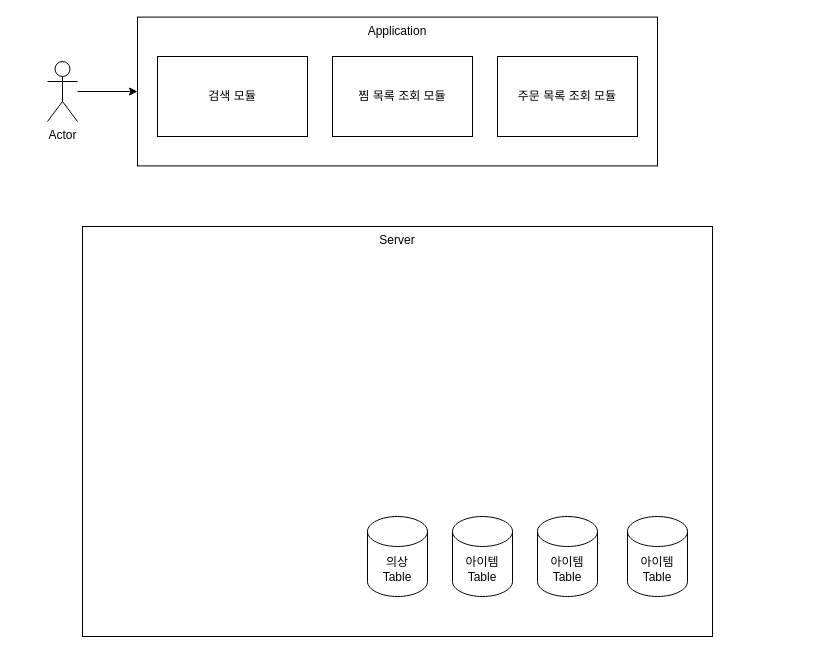
The draw.io diagram Untitled Diagram.drawio in KwakBro/shirts_finder, before the edit. Source tidied: cells renumbered, new cells numbered last; positions are measured from the earlier drawing's top-left corner, leaving out a move shared by most shapes. Both pictures are drawn from the tidied source at 100%, with x=0, y=0 at pixel (47, 17).
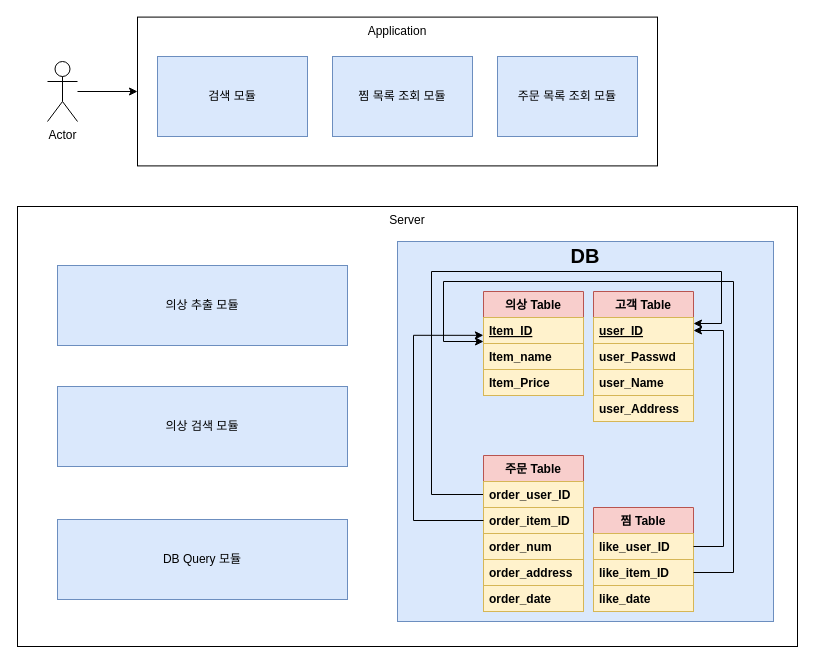
After the change.

Commit message:
Block Diagram

Diff of the diagram source:
```diff
@@
+    <mxCell id="6" value="Server" style="whiteSpace=wrap;html=1;verticalAlign=top;" parent="1" vertex="1">
+      <mxGeometry x="-30" y="189" width="780" height="440" as="geometry" />
+    </mxCell>
+    <mxCell id="13" style="rounded=0;whiteSpace=wrap;html=1;shadow=0;labelBackgroundColor=none;fillColor=#dae8fc;strokeColor=#6c8ebf;" parent="1" vertex="1">
+      <mxGeometry x="350" y="224" width="376" height="380" as="geometry" />
+    </mxCell>
@@
-    <mxCell id="5" value="검색 모듈" style="rounded=0;whiteSpace=wrap;html=1;" parent="1" vertex="1">
+    <mxCell id="5" value="검색 모듈" style="rounded=0;whiteSpace=wrap;html=1;fillColor=#dae8fc;strokeColor=#6c8ebf;" parent="1" vertex="1">
       <mxGeometry x="110" y="39" width="150" height="80" as="geometry" />
     </mxCell>
-    <mxCell id="6" value="Server" style="whiteSpace=wrap;html=1;verticalAlign=top;" parent="1" vertex="1">
-      <mxGeometry x="35" y="209" width="630" height="410" as="geometry" />
-    </mxCell>
-    <mxCell id="7" value="찜 목록 조회 모듈" style="rounded=0;whiteSpace=wrap;html=1;" parent="1" vertex="1">
+    <mxCell id="7" value="찜 목록 조회 모듈" style="rounded=0;whiteSpace=wrap;html=1;fillColor=#dae8fc;strokeColor=#6c8ebf;" parent="1" vertex="1">
       <mxGeometry x="285" y="39" width="140" height="80" as="geometry" />
     </mxCell>
-    <mxCell id="8" value="주문 목록 조회 모듈" style="rounded=0;whiteSpace=wrap;html=1;" parent="1" vertex="1">
+    <mxCell id="8" value="주문 목록 조회 모듈" style="rounded=0;whiteSpace=wrap;html=1;fillColor=#dae8fc;strokeColor=#6c8ebf;" parent="1" vertex="1">
       <mxGeometry x="450" y="39" width="140" height="80" as="geometry" />
     </mxCell>
+    <mxCell id="14" value="고객 Table" style="swimlane;fontStyle=1;horizontal=1;startSize=26;fillColor=#f8cecc;strokeColor=#b85450;" parent="1" vertex="1">
+      <mxGeometry x="546" y="274" width="100" height="130" as="geometry" />
+    </mxCell>
+    <mxCell id="15" value="user_ID" style="text;strokeColor=#d6b656;fillColor=#fff2cc;align=left;verticalAlign=top;spacingLeft=4;spacingRight=4;overflow=hidden;points=[[0,0.5],[1,0.5]];portConstraint=eastwest;shadow=0;labelBackgroundColor=none;fontStyle=5;" parent="14" vertex="1">
+      <mxGeometry y="26" width="100" height="26" as="geometry" />
+    </mxCell>
+    <mxCell id="16" value="user_Passwd" style="text;strokeColor=#d6b656;fillColor=#fff2cc;align=left;verticalAlign=top;spacingLeft=4;spacingRight=4;overflow=hidden;fontStyle=1;" parent="14" vertex="1">
+      <mxGeometry y="52" width="100" height="26" as="geometry" />
+    </mxCell>
+    <mxCell id="17" value="user_Name" style="text;strokeColor=#d6b656;fillColor=#fff2cc;align=left;verticalAlign=top;spacingLeft=4;spacingRight=4;overflow=hidden;fontStyle=1;" parent="14" vertex="1">
+      <mxGeometry y="78" width="100" height="26" as="geometry" />
+    </mxCell>
+    <mxCell id="18" value="user_Address" style="text;strokeColor=#d6b656;fillColor=#fff2cc;align=left;verticalAlign=top;spacingLeft=4;spacingRight=4;overflow=hidden;fontStyle=1;" parent="14" vertex="1">
+      <mxGeometry y="104" width="100" height="26" as="geometry" />
+    </mxCell>
+    <mxCell id="19" style="edgeStyle=orthogonalEdgeStyle;rounded=0;jettySize=auto;html=1;" parent="1" edge="1" source="21">
+      <mxGeometry relative="1" as="geometry">
+        <mxPoint x="646" y="306" as="targetPoint" />
+        <Array as="points">
+          <mxPoint x="384" y="477" />
+          <mxPoint x="384" y="254" />
+          <mxPoint x="674" y="254" />
+          <mxPoint x="674" y="306" />
+        </Array>
+      </mxGeometry>
+    </mxCell>
+    <mxCell id="20" value="주문 Table" style="swimlane;fontStyle=1;horizontal=1;startSize=26;fillColor=#f8cecc;strokeColor=#b85450;" parent="1" vertex="1">
+      <mxGeometry x="436" y="438" width="100" height="156" as="geometry" />
+    </mxCell>
+    <mxCell id="21" value="order_user_ID" style="text;strokeColor=#d6b656;fillColor=#fff2cc;align=left;verticalAlign=top;spacingLeft=4;spacingRight=4;overflow=hidden;points=[[0,0.5],[1,0.5]];portConstraint=eastwest;fontStyle=1;" parent="20" vertex="1">
+      <mxGeometry y="26" width="100" height="26" as="geometry" />
+    </mxCell>
+    <mxCell id="22" value="order_item_ID" style="text;strokeColor=#d6b656;fillColor=#fff2cc;align=left;verticalAlign=top;spacingLeft=4;spacingRight=4;overflow=hidden;points=[[0,0.5],[1,0.5]];portConstraint=eastwest;fontStyle=1;" parent="20" vertex="1">
+      <mxGeometry y="52" width="100" height="26" as="geometry" />
+    </mxCell>
+    <mxCell id="23" value="order_num" style="text;strokeColor=#d6b656;fillColor=#fff2cc;align=left;verticalAlign=top;spacingLeft=4;spacingRight=4;overflow=hidden;fontStyle=1;" parent="20" vertex="1">
+      <mxGeometry y="78" width="100" height="26" as="geometry" />
+    </mxCell>
+    <mxCell id="24" value="order_address" style="text;strokeColor=#d6b656;fillColor=#fff2cc;align=left;verticalAlign=top;spacingLeft=4;spacingRight=4;overflow=hidden;fontStyle=1;" parent="20" vertex="1">
+      <mxGeometry y="104" width="100" height="26" as="geometry" />
+    </mxCell>
+    <mxCell id="25" value="order_date" style="text;strokeColor=#d6b656;fillColor=#fff2cc;align=left;verticalAlign=top;spacingLeft=4;spacingRight=4;overflow=hidden;fontStyle=1;" parent="20" vertex="1">
+      <mxGeometry y="130" width="100" height="26" as="geometry" />
+    </mxCell>
+    <mxCell id="26" value="찜 Table" style="swimlane;fontStyle=1;horizontal=1;startSize=26;fillColor=#f8cecc;strokeColor=#b85450;" parent="1" vertex="1">
+      <mxGeometry x="546" y="490" width="100" height="104" as="geometry" />
+    </mxCell>
+    <mxCell id="27" value="like_user_ID&#10;" style="text;strokeColor=#d6b656;fillColor=#fff2cc;align=left;verticalAlign=top;spacingLeft=4;spacingRight=4;overflow=hidden;points=[[0,0.5],[1,0.5]];portConstraint=eastwest;shadow=0;labelBackgroundColor=none;fontStyle=1;" parent="26" vertex="1">
+      <mxGeometry y="26" width="100" height="26" as="geometry" />
+    </mxCell>
+    <mxCell id="28" value="like_item_ID" style="text;strokeColor=#d6b656;fillColor=#fff2cc;align=left;verticalAlign=top;spacingLeft=4;spacingRight=4;overflow=hidden;points=[[0,0.5],[1,0.5]];portConstraint=eastwest;fontStyle=1;" parent="26" vertex="1">
+      <mxGeometry y="52" width="100" height="26" as="geometry" />
+    </mxCell>
+    <mxCell id="29" value="like_date" style="text;strokeColor=#d6b656;fillColor=#fff2cc;align=left;verticalAlign=top;spacingLeft=4;spacingRight=4;overflow=hidden;fontStyle=1;" parent="26" vertex="1">
+      <mxGeometry y="78" width="100" height="26" as="geometry" />
+    </mxCell>
-    <mxCell id="9" value="의상&lt;br&gt;Table" style="shape=cylinder3;whiteSpace=wrap;html=1;boundedLbl=1;backgroundOutline=1;size=15;" parent="1" vertex="1">
-      <mxGeometry x="320" y="499" width="60" height="80" as="geometry" />
+    <mxCell id="9" value="의상 Table" style="swimlane;fontStyle=1;horizontal=1;startSize=26;fillColor=#f8cecc;strokeColor=#b85450;" parent="1" vertex="1">
+      <mxGeometry x="436" y="274" width="100" height="104" as="geometry" />
     </mxCell>
-    <mxCell id="10" value="아이템&lt;br&gt;Table" style="shape=cylinder3;whiteSpace=wrap;html=1;boundedLbl=1;backgroundOutline=1;size=15;" parent="1" vertex="1">
-      <mxGeometry x="405" y="499" width="60" height="80" as="geometry" />
-    </mxCell>
-    <mxCell id="11" value="아이템&lt;br&gt;Table" style="shape=cylinder3;whiteSpace=wrap;html=1;boundedLbl=1;backgroundOutline=1;size=15;" parent="1" vertex="1">
-      <mxGeometry x="490" y="499" width="60" height="80" as="geometry" />
-    </mxCell>
-    <mxCell id="12" value="아이템&lt;br&gt;Table" style="shape=cylinder3;whiteSpace=wrap;html=1;boundedLbl=1;backgroundOutline=1;size=15;" parent="1" vertex="1">
-      <mxGeometry x="580" y="499" width="60" height="80" as="geometry" />
-    </mxCell>
+    <mxCell id="30" value="Item_ID" style="text;align=left;verticalAlign=top;spacingLeft=4;spacingRight=4;overflow=hidden;points=[[0,0.5],[1,0.5]];portConstraint=eastwest;shadow=0;labelBackgroundColor=none;rounded=0;fontStyle=5;fillColor=#fff2cc;strokeColor=#d6b656;" parent="9" vertex="1">
+      <mxGeometry y="26" width="100" height="26" as="geometry" />
+    </mxCell>
+    <mxCell id="31" value="Item_name" style="text;strokeColor=#d6b656;fillColor=#fff2cc;align=left;verticalAlign=top;spacingLeft=4;spacingRight=4;overflow=hidden;fontStyle=1;" parent="9" vertex="1">
+      <mxGeometry y="52" width="100" height="26" as="geometry" />
+    </mxCell>
+    <mxCell id="32" value="Item_Price" style="text;strokeColor=#d6b656;fillColor=#fff2cc;align=left;verticalAlign=top;spacingLeft=4;spacingRight=4;overflow=hidden;fontStyle=1;" parent="9" vertex="1">
+      <mxGeometry y="78" width="100" height="26" as="geometry" />
+    </mxCell>
+    <mxCell id="33" style="edgeStyle=orthogonalEdgeStyle;rounded=0;jettySize=auto;html=1;entryX=-0.001;entryY=0.686;entryDx=0;entryDy=0;entryPerimeter=0;" parent="1" edge="1" source="22" target="30">
+      <mxGeometry relative="1" as="geometry">
+        <Array as="points">
+          <mxPoint x="366" y="503" />
+          <mxPoint x="366" y="318" />
+        </Array>
+      </mxGeometry>
+    </mxCell>
+    <mxCell id="34" style="edgeStyle=orthogonalEdgeStyle;rounded=0;jettySize=auto;html=1;entryX=1;entryY=0.5;entryDx=0;entryDy=0;" parent="1" edge="1" source="27" target="15">
+      <mxGeometry relative="1" as="geometry">
+        <Array as="points">
+          <mxPoint x="676" y="529" />
+          <mxPoint x="676" y="313" />
+        </Array>
+      </mxGeometry>
+    </mxCell>
+    <mxCell id="35" style="edgeStyle=orthogonalEdgeStyle;rounded=0;jettySize=auto;html=1;exitX=1;exitY=0.5;exitDx=0;exitDy=0;" parent="1" edge="1" source="28">
+      <mxGeometry relative="1" as="geometry">
+        <mxPoint x="436" y="324" as="targetPoint" />
+        <Array as="points">
+          <mxPoint x="686" y="555" />
+          <mxPoint x="686" y="264" />
+          <mxPoint x="396" y="264" />
+          <mxPoint x="396" y="324" />
+        </Array>
+      </mxGeometry>
+    </mxCell>
+    <mxCell id="36" value="&lt;font style=&quot;font-size: 20px&quot;&gt;&lt;b&gt;DB&lt;/b&gt;&lt;/font&gt;" style="text;html=1;strokeColor=none;fillColor=none;align=center;verticalAlign=middle;whiteSpace=wrap;rounded=0;shadow=0;labelBackgroundColor=none;" parent="1" vertex="1">
+      <mxGeometry x="518" y="228" width="40" height="20" as="geometry" />
+    </mxCell>
+    <mxCell id="37" value="의상 추출 모듈" style="rounded=0;whiteSpace=wrap;html=1;fillColor=#dae8fc;strokeColor=#6c8ebf;" parent="1" vertex="1">
+      <mxGeometry x="10" y="248" width="290" height="80" as="geometry" />
+    </mxCell>
+    <mxCell id="38" value="의상 검색 모듈" style="rounded=0;whiteSpace=wrap;html=1;fillColor=#dae8fc;strokeColor=#6c8ebf;" parent="1" vertex="1">
+      <mxGeometry x="10" y="369" width="290" height="80" as="geometry" />
+    </mxCell>
+    <mxCell id="39" value="DB Query 모듈" style="rounded=0;whiteSpace=wrap;html=1;fillColor=#dae8fc;strokeColor=#6c8ebf;" parent="1" vertex="1">
+      <mxGeometry x="10" y="502" width="290" height="80" as="geometry" />
+    </mxCell>
```
